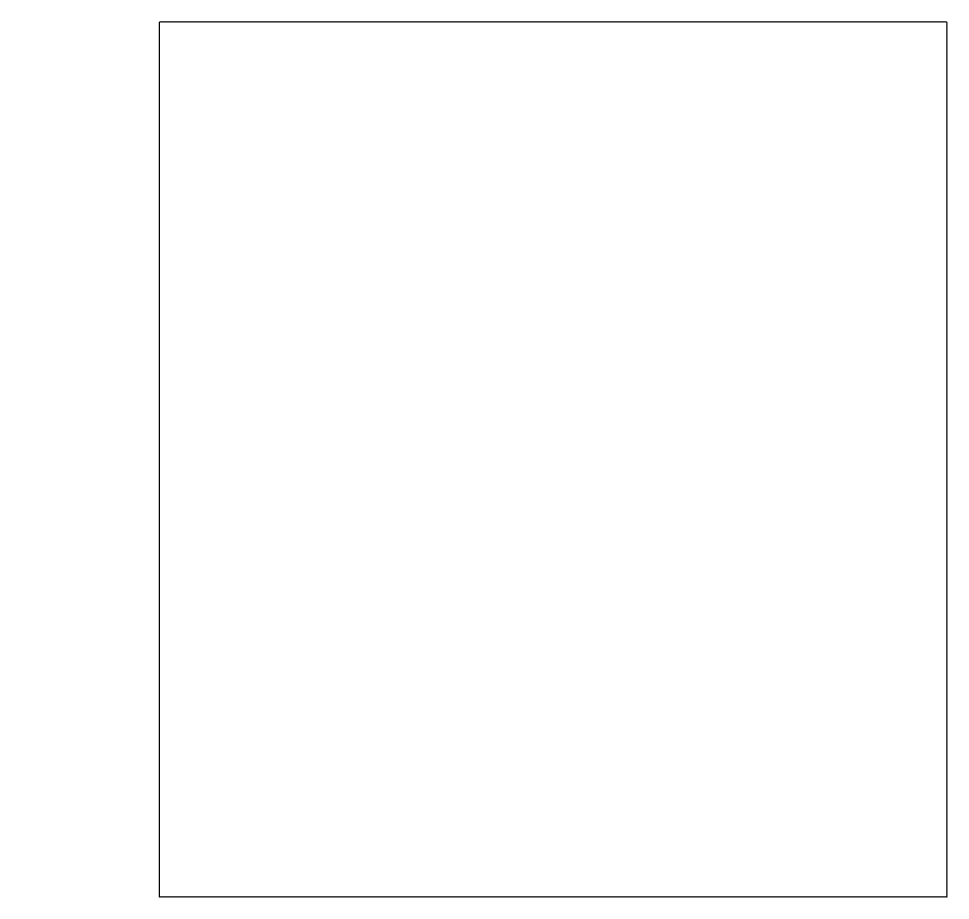
fauzan923/Framework-dan-Use-Case-Artificial-Intelligence keeps this draw.io diagram as Diagram/Use Case Diagram.drawio. Above is the earlier version. Source tidied: cells renumbered, new cells numbered last; positions are measured from the earlier drawing's top-left corner, leaving out a move shared by most shapes. Both pictures are drawn from the tidied source at 125%, with x=0, y=0 at pixel (159, 21).
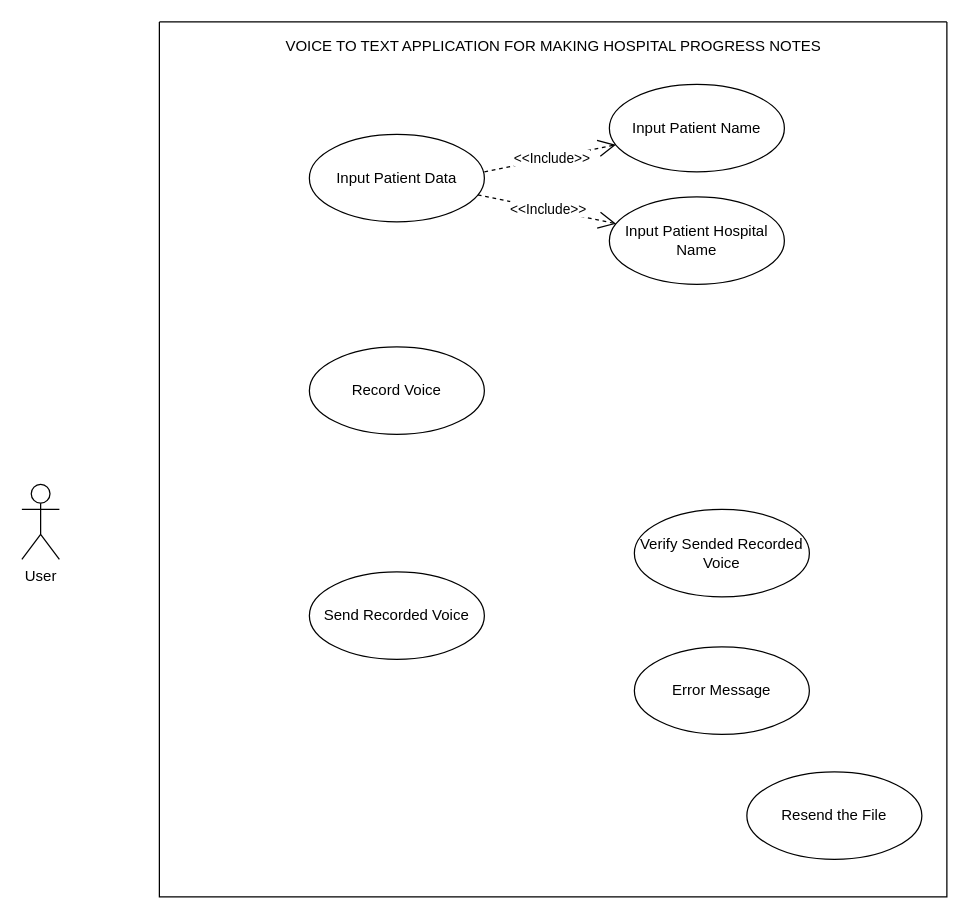
The same diagram, later.

The edit, as a diff of the source:
```diff
@@
 <mxGraphModel>
   <root>
     <mxCell id="0" />
     <mxCell id="1" parent="0" />
     <mxCell id="2" style="swimlane;startSize=0;" parent="1" vertex="1">
       <mxGeometry width="630" height="700" as="geometry" />
     </mxCell>
+    <mxCell id="3" value="VOICE TO TEXT APPLICATION FOR MAKING HOSPITAL PROGRESS NOTES" style="text;html=1;align=center;verticalAlign=middle;strokeColor=none;fillColor=none;" parent="2" vertex="1">
+      <mxGeometry x="95" y="10" width="440" height="20" as="geometry" />
+    </mxCell>
+    <mxCell id="4" value="&lt;span style=&quot;&quot;&gt;Record Voice&lt;/span&gt;" style="ellipse;whiteSpace=wrap;html=1;" parent="2" vertex="1">
+      <mxGeometry x="120" y="260" width="140" height="70" as="geometry" />
+    </mxCell>
+    <mxCell id="5" value="Input Patient Data" style="ellipse;whiteSpace=wrap;html=1;" parent="2" vertex="1">
+      <mxGeometry x="120" y="90" width="140" height="70" as="geometry" />
+    </mxCell>
+    <mxCell id="6" value="Input Patient Name" style="ellipse;whiteSpace=wrap;html=1;" parent="2" vertex="1">
+      <mxGeometry x="360" y="50" width="140" height="70" as="geometry" />
+    </mxCell>
+    <mxCell id="7" value="Input Patient Hospital Name" style="ellipse;whiteSpace=wrap;html=1;" parent="2" vertex="1">
+      <mxGeometry x="360" y="140" width="140" height="70" as="geometry" />
+    </mxCell>
+    <mxCell id="8" value="&amp;lt;&amp;lt;Include&amp;gt;&amp;gt;" style="endArrow=open;endSize=12;dashed=1;html=1;rounded=0;" parent="2" edge="1" target="6">
+      <mxGeometry x="0.03" relative="1" as="geometry">
+        <mxPoint x="260" y="120" as="sourcePoint" />
+      </mxGeometry>
+    </mxCell>
+    <mxCell id="9" value="&amp;lt;&amp;lt;Include&amp;gt;&amp;gt;" style="endArrow=open;endSize=12;dashed=1;html=1;rounded=0;" parent="2" edge="1" source="5" target="7">
+      <mxGeometry relative="1" as="geometry" />
+    </mxCell>
+    <mxCell id="10" value="Send Recorded Voice" style="ellipse;whiteSpace=wrap;html=1;" parent="2" vertex="1">
+      <mxGeometry x="120" y="440" width="140" height="70" as="geometry" />
+    </mxCell>
+    <mxCell id="11" value="Verify Sended Recorded Voice" style="ellipse;whiteSpace=wrap;html=1;" parent="2" vertex="1">
+      <mxGeometry x="380" y="390" width="140" height="70" as="geometry" />
+    </mxCell>
+    <mxCell id="12" value="Error Message" style="ellipse;whiteSpace=wrap;html=1;" parent="2" vertex="1">
+      <mxGeometry x="380" y="500" width="140" height="70" as="geometry" />
+    </mxCell>
+    <mxCell id="13" value="Resend the File" style="ellipse;whiteSpace=wrap;html=1;" parent="2" vertex="1">
+      <mxGeometry x="470" y="600" width="140" height="70" as="geometry" />
+    </mxCell>
+    <mxCell id="14" value="User" style="shape=umlActor;verticalLabelPosition=bottom;verticalAlign=top;html=1;" parent="1" vertex="1">
+      <mxGeometry x="-110" y="370" width="30" height="60" as="geometry" />
+    </mxCell>
   </root>
 </mxGraphModel>
```
